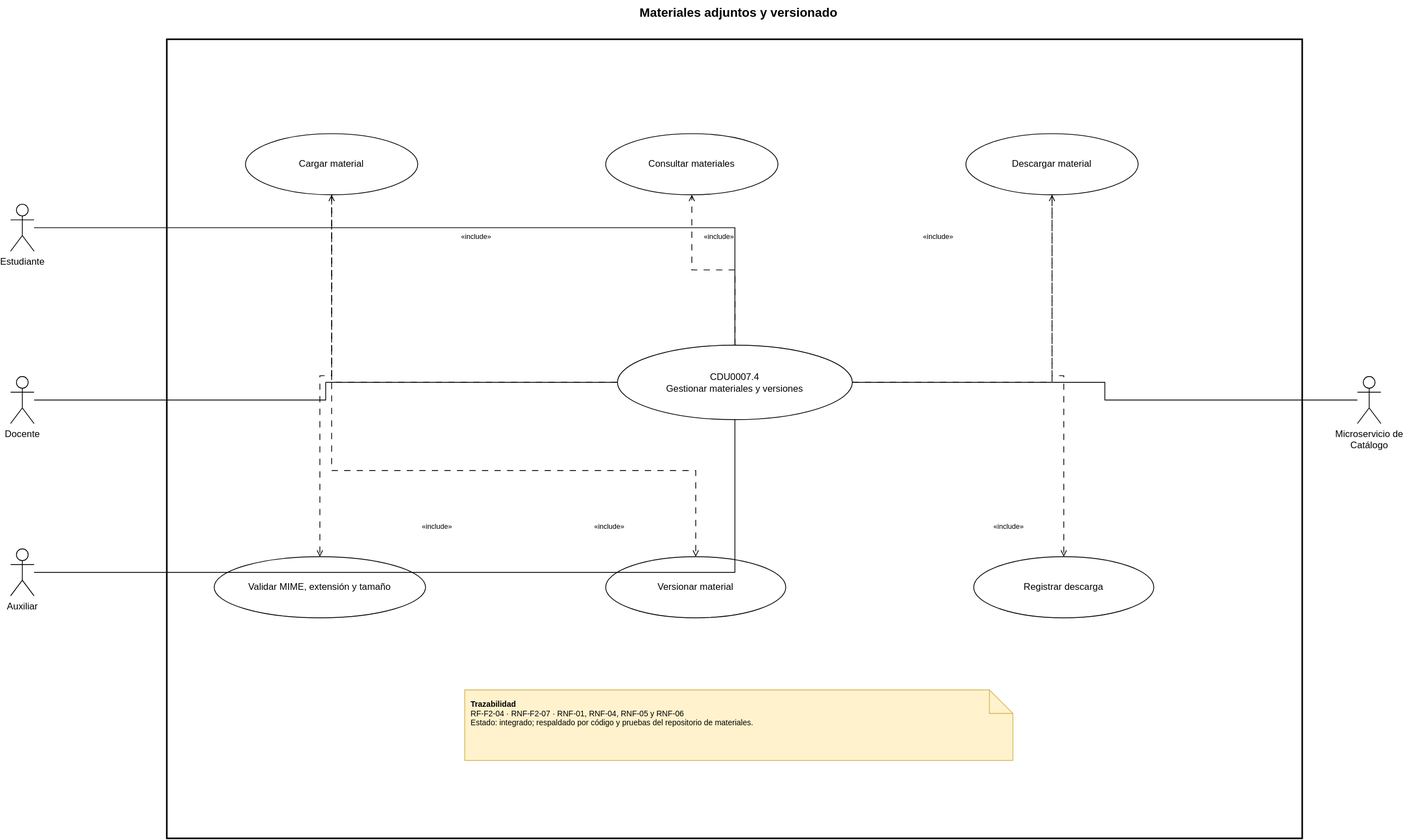
Above: Documentacion/CDU/CDU_Expandido_CDU31_202307691.drawio.svg in thanya-gate/SA_PROYECTO_202307691 (draw.io), before the change. Source tidied: cells renumbered, new cells last; positions are measured from the earlier drawing's top-left corner, leaving out a move shared by most shapes.
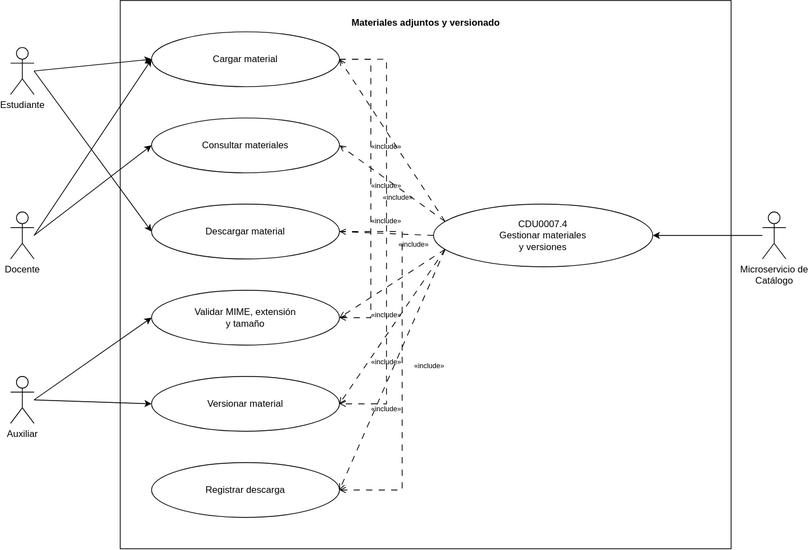
The same file after the commit.

What changed in the source:
```diff
@@ -1,101 +1,135 @@
-<mxGraphModel>
+<mxGraphModel background="#ffffff">
   <root>
     <mxCell id="0" />
     <mxCell id="1" parent="0" />
-    <mxCell id="2" style="rounded=0;whiteSpace=wrap;html=1;fillColor=none;strokeWidth=2;" parent="1" vertex="1">
-      <mxGeometry x="200" y="50" width="1450" height="1020" as="geometry" />
+    <mxCell id="2" style="html=1;whiteSpace=wrap;" parent="1" vertex="1">
+      <mxGeometry x="90" y="60" width="780" height="700" as="geometry" />
     </mxCell>
-    <mxCell id="3" value="Materiales adjuntos y versionado" style="text;html=1;whiteSpace=wrap;strokeColor=none;fillColor=none;align=center;verticalAlign=middle;fontStyle=1;fontSize=16;" parent="1" vertex="1">
-      <mxGeometry x="520" width="820" height="30" as="geometry" />
+    <mxCell id="3" value="Materiales adjuntos y versionado" style="text;align=center;fontStyle=1;verticalAlign=middle;spacingLeft=3;spacingRight=3;strokeColor=none;html=1;" parent="1" vertex="1">
+      <mxGeometry x="270" y="76" width="420" height="26" as="geometry" />
     </mxCell>
     <mxCell id="4" value="Estudiante" style="shape=umlActor;verticalLabelPosition=bottom;verticalAlign=top;html=1;" parent="1" vertex="1">
-      <mxGeometry y="260" width="30" height="60" as="geometry" />
+      <mxGeometry x="-50" y="120" width="30" height="60" as="geometry" />
     </mxCell>
     <mxCell id="5" value="Docente" style="shape=umlActor;verticalLabelPosition=bottom;verticalAlign=top;html=1;" parent="1" vertex="1">
-      <mxGeometry y="480" width="30" height="60" as="geometry" />
+      <mxGeometry x="-50" y="330" width="30" height="60" as="geometry" />
     </mxCell>
     <mxCell id="6" value="Auxiliar" style="shape=umlActor;verticalLabelPosition=bottom;verticalAlign=top;html=1;" parent="1" vertex="1">
-      <mxGeometry y="700" width="30" height="60" as="geometry" />
+      <mxGeometry x="-50" y="540" width="30" height="60" as="geometry" />
     </mxCell>
     <mxCell id="7" value="Microservicio de&lt;div&gt;Catálogo&lt;/div&gt;" style="shape=umlActor;verticalLabelPosition=bottom;verticalAlign=top;html=1;" parent="1" vertex="1">
-      <mxGeometry x="1720" y="480" width="30" height="60" as="geometry" />
+      <mxGeometry x="910" y="330" width="30" height="60" as="geometry" />
     </mxCell>
-    <mxCell id="8" value="&lt;div&gt;CDU0007.4&lt;/div&gt;&lt;div&gt;Gestionar materiales y versiones&lt;/div&gt;" style="ellipse;whiteSpace=wrap;html=1;" parent="1" vertex="1">
-      <mxGeometry x="775" y="440" width="300" height="95" as="geometry" />
-    </mxCell>
     <mxCell id="9" value="&lt;div&gt;Cargar material&lt;/div&gt;" style="ellipse;whiteSpace=wrap;html=1;" parent="1" vertex="1">
-      <mxGeometry x="300" y="170" width="220" height="78" as="geometry" />
+      <mxGeometry x="130" y="100" width="240" height="70" as="geometry" />
     </mxCell>
     <mxCell id="10" value="&lt;div&gt;Consultar materiales&lt;/div&gt;" style="ellipse;whiteSpace=wrap;html=1;" parent="1" vertex="1">
-      <mxGeometry x="760" y="170" width="220" height="78" as="geometry" />
+      <mxGeometry x="130" y="210" width="240" height="70" as="geometry" />
     </mxCell>
     <mxCell id="11" value="&lt;div&gt;Descargar material&lt;/div&gt;" style="ellipse;whiteSpace=wrap;html=1;" parent="1" vertex="1">
-      <mxGeometry x="1220" y="170" width="220" height="78" as="geometry" />
+      <mxGeometry x="130" y="320" width="240" height="70" as="geometry" />
     </mxCell>
-    <mxCell id="12" value="&lt;div&gt;Validar MIME, extensión y tamaño&lt;/div&gt;" style="ellipse;whiteSpace=wrap;html=1;" parent="1" vertex="1">
-      <mxGeometry x="260" y="710" width="270" height="78" as="geometry" />
+    <mxCell id="12" value="&lt;div&gt;Validar MIME, extensión&lt;/div&gt;&lt;div&gt;y tamaño&lt;/div&gt;" style="ellipse;whiteSpace=wrap;html=1;" parent="1" vertex="1">
+      <mxGeometry x="130" y="430" width="240" height="70" as="geometry" />
     </mxCell>
     <mxCell id="13" value="&lt;div&gt;Versionar material&lt;/div&gt;" style="ellipse;whiteSpace=wrap;html=1;" parent="1" vertex="1">
-      <mxGeometry x="760" y="710" width="230" height="78" as="geometry" />
+      <mxGeometry x="130" y="540" width="240" height="70" as="geometry" />
     </mxCell>
     <mxCell id="14" value="&lt;div&gt;Registrar descarga&lt;/div&gt;" style="ellipse;whiteSpace=wrap;html=1;" parent="1" vertex="1">
-      <mxGeometry x="1230" y="710" width="230" height="78" as="geometry" />
+      <mxGeometry x="130" y="650" width="240" height="70" as="geometry" />
     </mxCell>
-    <mxCell id="15" value="&lt;b&gt;Trazabilidad&lt;/b&gt;&lt;br&gt;RF-F2-04 · RNF-F2-07 · RNF-01, RNF-04, RNF-05 y RNF-06&lt;br&gt;Estado: integrado; respaldado por código y pruebas del repositorio de materiales." style="shape=note;whiteSpace=wrap;html=1;fillColor=#fff2cc;strokeColor=#d6b656;align=left;verticalAlign=top;spacing=8;fontSize=10;" parent="1" vertex="1">
-      <mxGeometry x="580" y="880" width="700" height="90" as="geometry" />
-    </mxCell>
+    <mxCell id="8" value="&lt;div&gt;CDU0007.4&lt;/div&gt;&lt;div&gt;Gestionar materiales&lt;/div&gt;&lt;div&gt;y versiones&lt;/div&gt;" style="ellipse;whiteSpace=wrap;html=1;" parent="1" vertex="1">
+      <mxGeometry x="490" y="320" width="280" height="80" as="geometry" />
+    </mxCell>
-    <mxCell id="16" style="edgeStyle=orthogonalEdgeStyle;rounded=0;jettySize=auto;html=1;endArrow=none;" parent="1" edge="1" source="4" target="8">
+    <mxCell id="16" style="rounded=0;jettySize=auto;html=1;exitX=1;exitY=0.5;exitDx=0;exitDy=0;exitPerimeter=0;entryX=0;entryY=0.5;entryDx=0;entryDy=0;" parent="1" edge="1" source="4" target="9">
       <mxGeometry relative="1" as="geometry" />
     </mxCell>
-    <mxCell id="17" style="edgeStyle=orthogonalEdgeStyle;rounded=0;jettySize=auto;html=1;endArrow=none;" parent="1" edge="1" source="5" target="8">
+    <mxCell id="17" style="rounded=0;jettySize=auto;html=1;exitX=1;exitY=0.5;exitDx=0;exitDy=0;exitPerimeter=0;entryX=0;entryY=0.5;entryDx=0;entryDy=0;" parent="1" edge="1" source="4" target="11">
       <mxGeometry relative="1" as="geometry" />
     </mxCell>
-    <mxCell id="18" style="edgeStyle=orthogonalEdgeStyle;rounded=0;jettySize=auto;html=1;endArrow=none;" parent="1" edge="1" source="6" target="8">
+    <mxCell id="18" style="rounded=0;jettySize=auto;html=1;exitX=1;exitY=0.5;exitDx=0;exitDy=0;exitPerimeter=0;entryX=0;entryY=0.5;entryDx=0;entryDy=0;" parent="1" edge="1" source="5" target="9">
       <mxGeometry relative="1" as="geometry" />
     </mxCell>
-    <mxCell id="19" style="edgeStyle=orthogonalEdgeStyle;rounded=0;jettySize=auto;html=1;endArrow=none;" parent="1" edge="1" source="7" target="8">
+    <mxCell id="19" style="rounded=0;jettySize=auto;html=1;exitX=1;exitY=0.5;exitDx=0;exitDy=0;exitPerimeter=0;entryX=0;entryY=0.5;entryDx=0;entryDy=0;" parent="1" edge="1" source="5" target="10">
       <mxGeometry relative="1" as="geometry" />
     </mxCell>
+    <mxCell id="32" style="rounded=0;jettySize=auto;html=1;exitX=1;exitY=0.5;exitDx=0;exitDy=0;exitPerimeter=0;entryX=0;entryY=0.5;entryDx=0;entryDy=0;" parent="1" edge="1" source="6" target="12">
+      <mxGeometry relative="1" as="geometry" />
+    </mxCell>
+    <mxCell id="33" style="rounded=0;jettySize=auto;html=1;exitX=1;exitY=0.5;exitDx=0;exitDy=0;exitPerimeter=0;entryX=0;entryY=0.5;entryDx=0;entryDy=0;" parent="1" edge="1" source="6" target="13">
+      <mxGeometry relative="1" as="geometry" />
+    </mxCell>
+    <mxCell id="34" style="rounded=0;jettySize=auto;html=1;exitX=0;exitY=0.5;exitDx=0;exitDy=0;exitPerimeter=0;entryX=1;entryY=0.5;entryDx=0;entryDy=0;" parent="1" edge="1" source="7" target="8">
+      <mxGeometry relative="1" as="geometry" />
+    </mxCell>
-    <mxCell id="20" style="edgeStyle=orthogonalEdgeStyle;rounded=0;jettySize=auto;html=1;dashed=1;dashPattern=8 8;endArrow=open;endFill=0;" parent="1" edge="1" source="8" target="9">
+    <mxCell id="20" style="rounded=0;jettySize=auto;html=1;strokeWidth=1;dashPattern=8 8;dashed=1;endArrow=open;endFill=0;exitX=0;exitY=0.25;exitDx=0;exitDy=0;entryX=1;entryY=0.5;entryDx=0;entryDy=0;" parent="1" edge="1" source="8" target="9">
       <mxGeometry relative="1" as="geometry" />
     </mxCell>
-    <mxCell id="21" value="«include»" style="text;html=1;whiteSpace=wrap;strokeColor=none;fillColor=none;align=center;verticalAlign=middle;fontSize=9;" parent="1" vertex="1">
-      <mxGeometry x="560" y="290" width="70" height="24" as="geometry" />
+    <mxCell id="21" value="«include»" style="text;html=1;whiteSpace=wrap;strokeColor=none;fillColor=none;align=center;verticalAlign=middle;rounded=0;fontSize=9;" parent="1" vertex="1">
+      <mxGeometry x="395" y="235" width="70" height="24" as="geometry" />
     </mxCell>
-    <mxCell id="22" style="edgeStyle=orthogonalEdgeStyle;rounded=0;jettySize=auto;html=1;dashed=1;dashPattern=8 8;endArrow=open;endFill=0;" parent="1" edge="1" source="8" target="10">
+    <mxCell id="22" style="rounded=0;jettySize=auto;html=1;strokeWidth=1;dashPattern=8 8;dashed=1;endArrow=open;endFill=0;exitX=0;exitY=0.25;exitDx=0;exitDy=0;entryX=1;entryY=0.5;entryDx=0;entryDy=0;" parent="1" edge="1" source="8" target="10">
       <mxGeometry relative="1" as="geometry" />
     </mxCell>
-    <mxCell id="23" value="«include»" style="text;html=1;whiteSpace=wrap;strokeColor=none;fillColor=none;align=center;verticalAlign=middle;fontSize=9;" parent="1" vertex="1">
-      <mxGeometry x="870" y="290" width="70" height="24" as="geometry" />
+    <mxCell id="23" value="«include»" style="text;html=1;whiteSpace=wrap;strokeColor=none;fillColor=none;align=center;verticalAlign=middle;rounded=0;fontSize=9;" parent="1" vertex="1">
+      <mxGeometry x="395" y="285" width="70" height="24" as="geometry" />
     </mxCell>
-    <mxCell id="24" style="edgeStyle=orthogonalEdgeStyle;rounded=0;jettySize=auto;html=1;dashed=1;dashPattern=8 8;endArrow=open;endFill=0;" parent="1" edge="1" source="8" target="11">
+    <mxCell id="24" style="rounded=0;jettySize=auto;html=1;strokeWidth=1;dashPattern=8 8;dashed=1;endArrow=open;endFill=0;exitX=0;exitY=0.5;exitDx=0;exitDy=0;entryX=1;entryY=0.5;entryDx=0;entryDy=0;" parent="1" edge="1" source="8" target="11">
       <mxGeometry relative="1" as="geometry" />
     </mxCell>
-    <mxCell id="25" value="«include»" style="text;html=1;whiteSpace=wrap;strokeColor=none;fillColor=none;align=center;verticalAlign=middle;fontSize=9;" parent="1" vertex="1">
-      <mxGeometry x="1150" y="290" width="70" height="24" as="geometry" />
+    <mxCell id="25" value="«include»" style="text;html=1;whiteSpace=wrap;strokeColor=none;fillColor=none;align=center;verticalAlign=middle;rounded=0;fontSize=9;" parent="1" vertex="1">
+      <mxGeometry x="395" y="330" width="70" height="24" as="geometry" />
     </mxCell>
+    <mxCell id="35" style="rounded=0;jettySize=auto;html=1;strokeWidth=1;dashPattern=8 8;dashed=1;endArrow=open;endFill=0;exitX=0;exitY=0.75;exitDx=0;exitDy=0;entryX=1;entryY=0.5;entryDx=0;entryDy=0;" parent="1" edge="1" source="8" target="12">
+      <mxGeometry relative="1" as="geometry" />
+    </mxCell>
+    <mxCell id="36" value="«include»" style="text;html=1;whiteSpace=wrap;strokeColor=none;fillColor=none;align=center;verticalAlign=middle;rounded=0;fontSize=9;" parent="1" vertex="1">
+      <mxGeometry x="395" y="450" width="70" height="24" as="geometry" />
+    </mxCell>
+    <mxCell id="37" style="rounded=0;jettySize=auto;html=1;strokeWidth=1;dashPattern=8 8;dashed=1;endArrow=open;endFill=0;exitX=0;exitY=0.75;exitDx=0;exitDy=0;entryX=1;entryY=0.5;entryDx=0;entryDy=0;" parent="1" edge="1" source="8" target="13">
+      <mxGeometry relative="1" as="geometry" />
+    </mxCell>
+    <mxCell id="38" value="«include»" style="text;html=1;whiteSpace=wrap;strokeColor=none;fillColor=none;align=center;verticalAlign=middle;rounded=0;fontSize=9;" parent="1" vertex="1">
+      <mxGeometry x="395" y="510" width="70" height="24" as="geometry" />
+    </mxCell>
+    <mxCell id="39" style="rounded=0;jettySize=auto;html=1;strokeWidth=1;dashPattern=8 8;dashed=1;endArrow=open;endFill=0;exitX=0;exitY=0.75;exitDx=0;exitDy=0;entryX=1;entryY=0.5;entryDx=0;entryDy=0;" parent="1" edge="1" source="8" target="14">
+      <mxGeometry relative="1" as="geometry" />
+    </mxCell>
+    <mxCell id="40" value="«include»" style="text;html=1;whiteSpace=wrap;strokeColor=none;fillColor=none;align=center;verticalAlign=middle;rounded=0;fontSize=9;" parent="1" vertex="1">
+      <mxGeometry x="395" y="570" width="70" height="24" as="geometry" />
+    </mxCell>
-    <mxCell id="26" style="edgeStyle=orthogonalEdgeStyle;rounded=0;jettySize=auto;html=1;dashed=1;dashPattern=8 8;endArrow=open;endFill=0;" parent="1" edge="1" source="9" target="12">
-      <mxGeometry relative="1" as="geometry" />
+    <mxCell id="26" style="rounded=0;jettySize=auto;html=1;strokeWidth=1;dashPattern=8 8;dashed=1;endArrow=open;endFill=0;exitX=1;exitY=0.5;exitDx=0;exitDy=0;entryX=1;entryY=0.5;entryDx=0;entryDy=0;" parent="1" edge="1" source="9" target="12">
+      <mxGeometry relative="1" as="geometry">
+        <Array as="points">
+          <mxPoint x="410" y="135" />
+          <mxPoint x="410" y="465" />
+        </Array>
+      </mxGeometry>
     </mxCell>
-    <mxCell id="27" value="«include»" style="text;html=1;whiteSpace=wrap;strokeColor=none;fillColor=none;align=center;verticalAlign=middle;fontSize=9;" parent="1" vertex="1">
-      <mxGeometry x="510" y="660" width="70" height="24" as="geometry" />
+    <mxCell id="27" value="«include»" style="text;html=1;whiteSpace=wrap;strokeColor=none;fillColor=none;align=center;verticalAlign=middle;rounded=0;fontSize=9;" parent="1" vertex="1">
+      <mxGeometry x="410" y="300" width="70" height="24" as="geometry" />
     </mxCell>
-    <mxCell id="28" style="edgeStyle=orthogonalEdgeStyle;rounded=0;jettySize=auto;html=1;dashed=1;dashPattern=8 8;endArrow=open;endFill=0;exitX=0.5;exitY=1;entryX=0.5;entryY=0;" parent="1" edge="1" source="9" target="13">
+    <mxCell id="28" style="rounded=0;jettySize=auto;html=1;strokeWidth=1;dashPattern=8 8;dashed=1;endArrow=open;endFill=0;exitX=1;exitY=0.5;exitDx=0;exitDy=0;entryX=1;entryY=0.5;entryDx=0;entryDy=0;" parent="1" edge="1" source="9" target="13">
       <mxGeometry relative="1" as="geometry">
         <Array as="points">
-          <mxPoint x="410" y="600" />
-          <mxPoint x="875" y="600" />
+          <mxPoint x="430" y="135" />
+          <mxPoint x="430" y="575" />
         </Array>
       </mxGeometry>
     </mxCell>
-    <mxCell id="29" value="«include»" style="text;html=1;whiteSpace=wrap;strokeColor=none;fillColor=none;align=center;verticalAlign=middle;fontSize=9;" parent="1" vertex="1">
-      <mxGeometry x="730" y="660" width="70" height="24" as="geometry" />
+    <mxCell id="29" value="«include»" style="text;html=1;whiteSpace=wrap;strokeColor=none;fillColor=none;align=center;verticalAlign=middle;rounded=0;fontSize=9;" parent="1" vertex="1">
+      <mxGeometry x="430" y="360" width="70" height="24" as="geometry" />
     </mxCell>
-    <mxCell id="30" style="edgeStyle=orthogonalEdgeStyle;rounded=0;jettySize=auto;html=1;dashed=1;dashPattern=8 8;endArrow=open;endFill=0;" parent="1" edge="1" source="11" target="14">
-      <mxGeometry relative="1" as="geometry" />
+    <mxCell id="30" style="rounded=0;jettySize=auto;html=1;strokeWidth=1;dashPattern=8 8;dashed=1;endArrow=open;endFill=0;exitX=1;exitY=0.5;exitDx=0;exitDy=0;entryX=1;entryY=0.5;entryDx=0;entryDy=0;" parent="1" edge="1" source="11" target="14">
+      <mxGeometry relative="1" as="geometry">
+        <Array as="points">
+          <mxPoint x="450" y="355" />
+          <mxPoint x="450" y="685" />
+        </Array>
+      </mxGeometry>
     </mxCell>
-    <mxCell id="31" value="«include»" style="text;html=1;whiteSpace=wrap;strokeColor=none;fillColor=none;align=center;verticalAlign=middle;fontSize=9;" parent="1" vertex="1">
-      <mxGeometry x="1240" y="660" width="70" height="24" as="geometry" />
+    <mxCell id="31" value="«include»" style="text;html=1;whiteSpace=wrap;strokeColor=none;fillColor=none;align=center;verticalAlign=middle;rounded=0;fontSize=9;" parent="1" vertex="1">
+      <mxGeometry x="450" y="515" width="70" height="24" as="geometry" />
     </mxCell>
   </root>
 </mxGraphModel>
```
